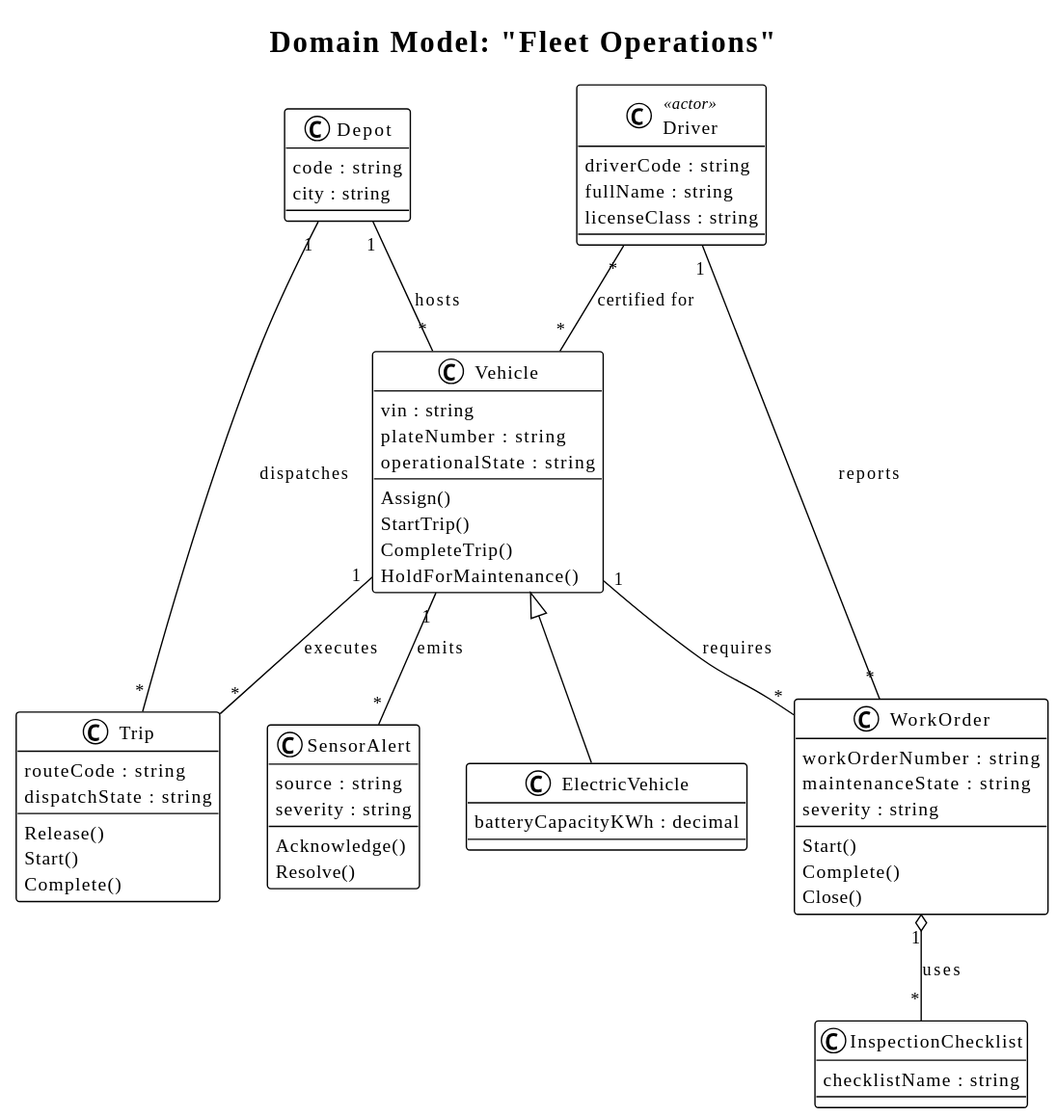
The PlantUML diagram examples/fleet-operations/generated/domain/FleetOperations.domain.svg in fredoslav2004/modt-core, before a commit. Its diagram source:
```plantuml
@startuml
title Domain Model: "Fleet Operations"
!theme plain
skinparam classAttributeIconSize 0
class Depot {
  code : string
  city : string
}
class Driver <<actor>> {
  driverCode : string
  fullName : string
  licenseClass : string
}
class Vehicle {
  vin : string
  plateNumber : string
  operationalState : string
  Assign()
  StartTrip()
  CompleteTrip()
  HoldForMaintenance()
}
class ElectricVehicle {
  batteryCapacityKWh : decimal
}
Vehicle <|-- ElectricVehicle
class Trip {
  routeCode : string
  dispatchState : string
  Release()
  Start()
  Complete()
}
class SensorAlert {
  source : string
  severity : string
  Acknowledge()
  Resolve()
}
class WorkOrder {
  workOrderNumber : string
  maintenanceState : string
  severity : string
  Start()
  Complete()
  Close()
}
class InspectionChecklist {
  checklistName : string
}
Depot "1" -- "*" Vehicle : hosts
Depot "1" -- "*" Trip : dispatches
Vehicle "1" -- "*" Trip : executes
Driver "*" -- "*" Vehicle : certified for
Vehicle "1" -- "*" SensorAlert : emits
Vehicle "1" -- "*" WorkOrder : requires
Driver "1" -- "*" WorkOrder : reports
WorkOrder "1" o-- "*" InspectionChecklist : uses
@enduml
```
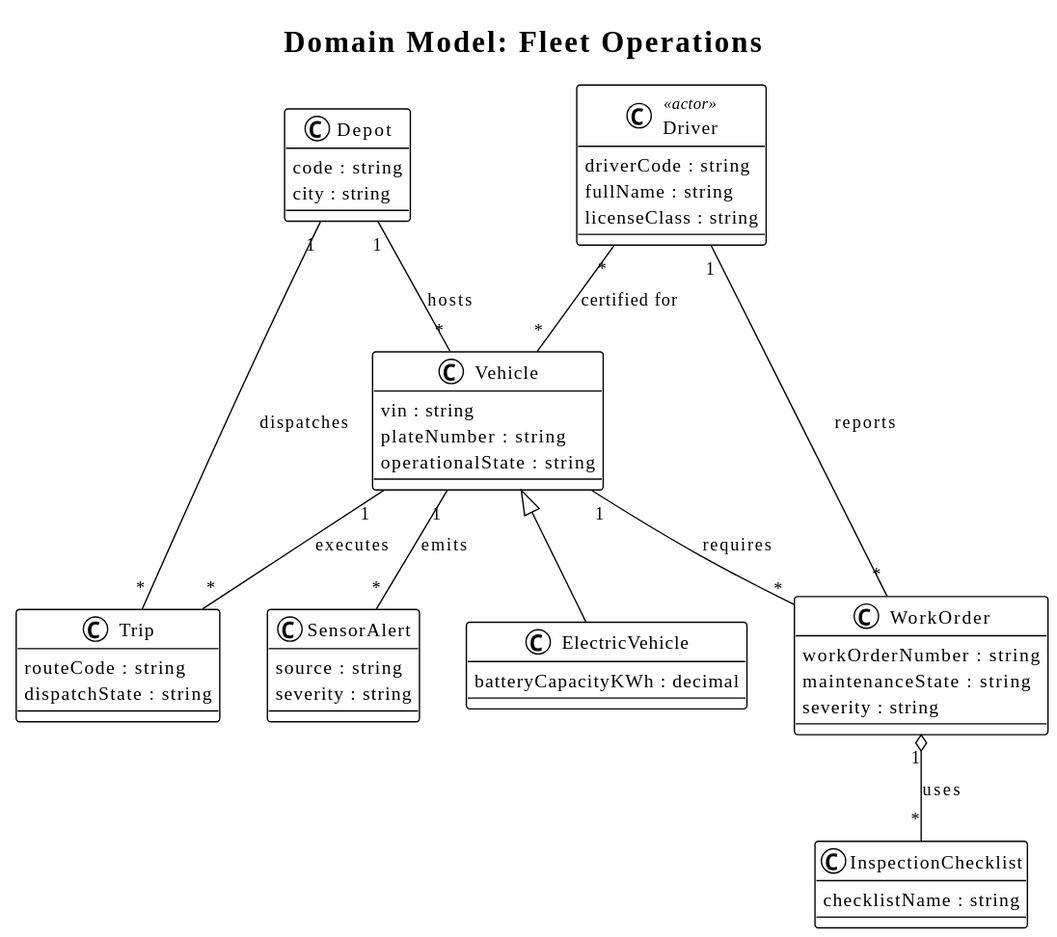
After the commit.

Change to the diagram source:
```diff
@@ -1,5 +1,5 @@
 @startuml
-title Domain Model: "Fleet Operations"
+title Domain Model: Fleet Operations
 !theme plain
 skinparam classAttributeIconSize 0
 class Depot {
@@ -15,10 +15,6 @@
   vin : string
   plateNumber : string
   operationalState : string
-  Assign()
-  StartTrip()
-  CompleteTrip()
-  HoldForMaintenance()
 }
 class ElectricVehicle {
   batteryCapacityKWh : decimal
@@ -27,23 +23,15 @@
 class Trip {
   routeCode : string
   dispatchState : string
-  Release()
-  Start()
-  Complete()
 }
 class SensorAlert {
   source : string
   severity : string
-  Acknowledge()
-  Resolve()
 }
 class WorkOrder {
   workOrderNumber : string
   maintenanceState : string
   severity : string
-  Start()
-  Complete()
-  Close()
 }
 class InspectionChecklist {
   checklistName : string
```
